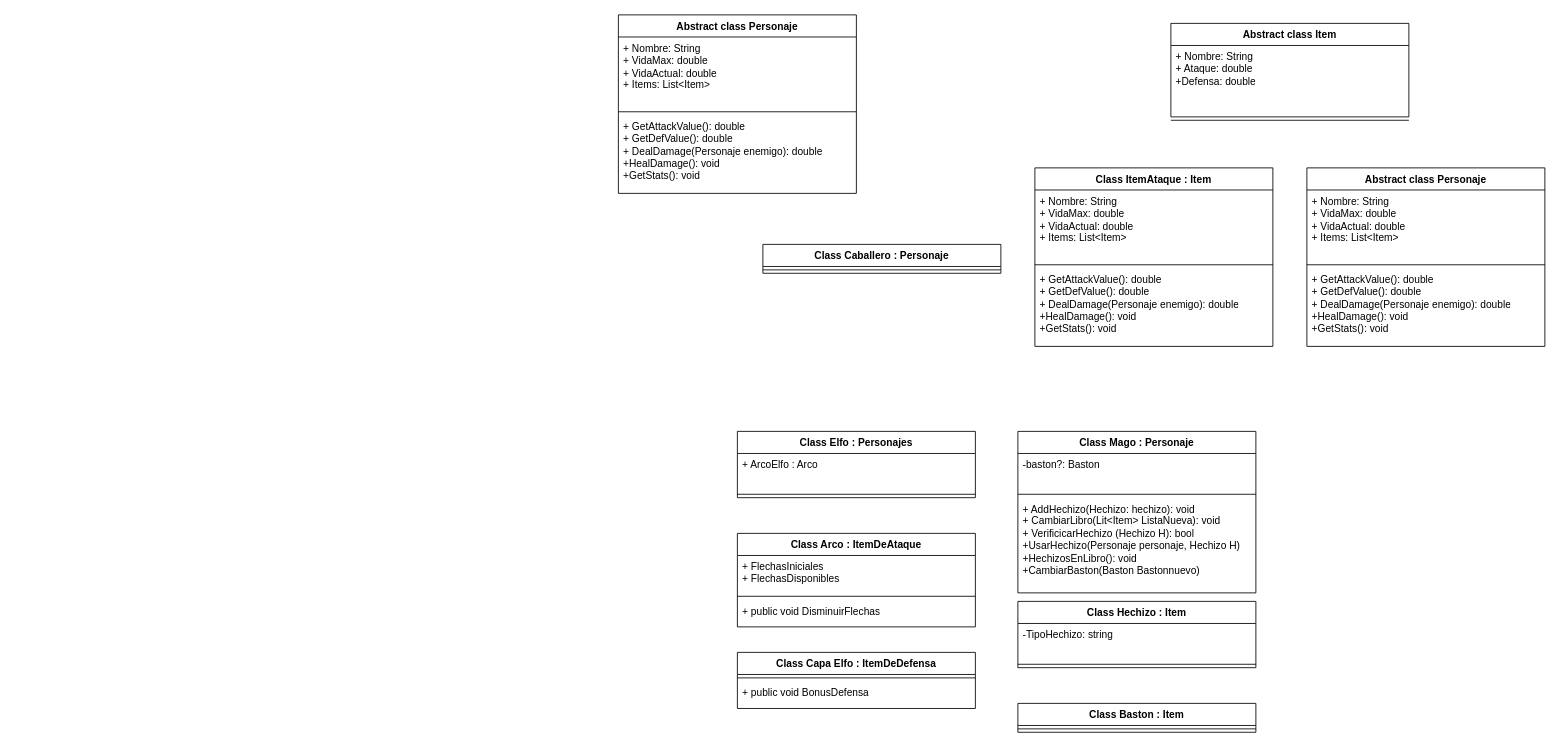
Before: src/Library/UML_RolePlaypt1.drawio in MauricioSS215/PII_RoleplayGame_1_Start, a draw.io diagram. Source tidied: cells renumbered, new cells numbered last; positions are measured from the earlier drawing's top-left corner, leaving out a move shared by most shapes. Both pictures are drawn from the tidied source at 85%, with x=0, y=0 at pixel (618, 14).
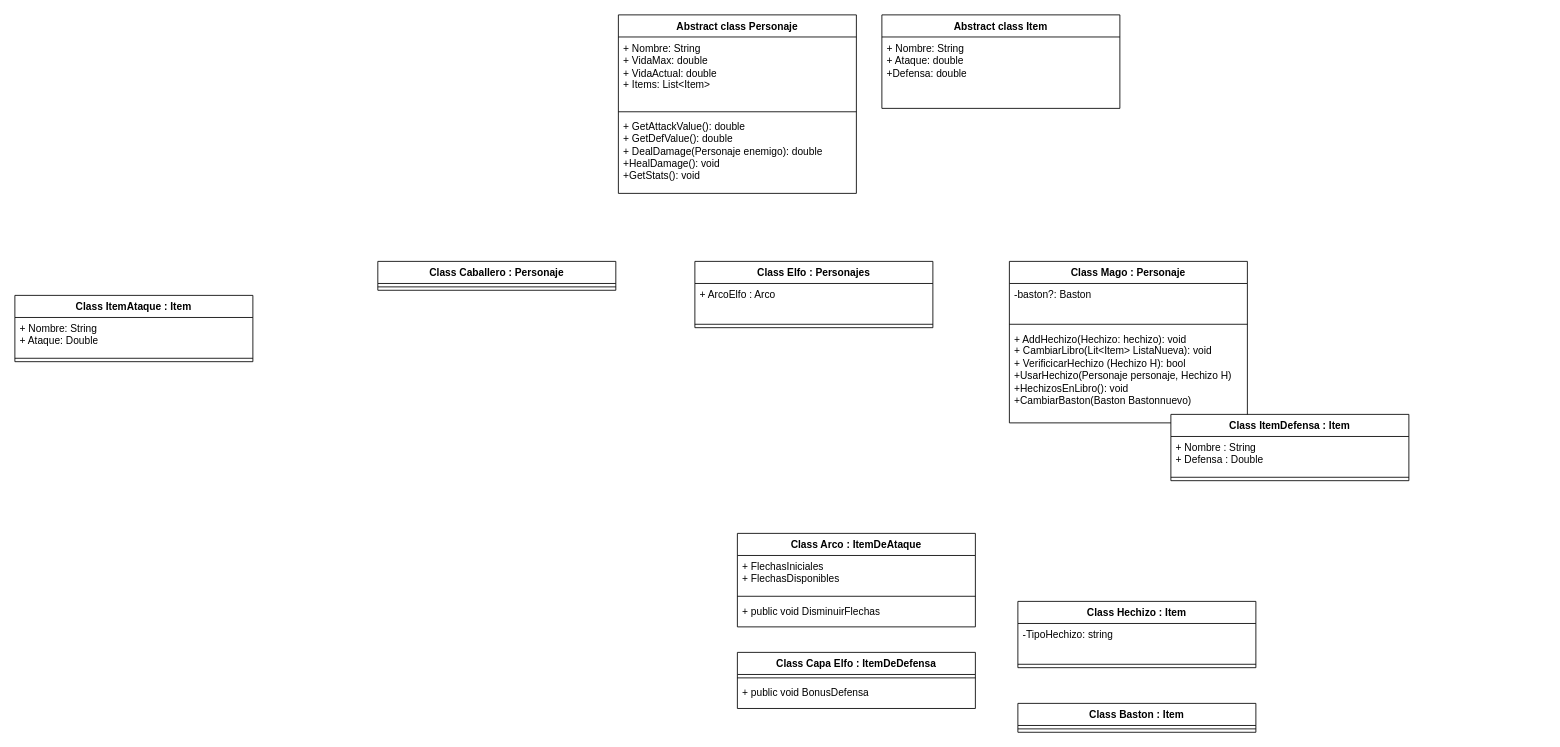
After the change.

Commit message:
UML con flechas, falta Ale

What changed in the source:
```diff
@@
     <mxCell id="6" value="Abstract class Item" style="swimlane;fontStyle=1;align=center;verticalAlign=top;horizontal=1;startSize=26;whiteSpace=wrap;html=1;" parent="1" vertex="1">
-      <mxGeometry x="650" y="10" width="280" height="110" as="geometry" />
+      <mxGeometry x="310" width="280" height="110" as="geometry" />
     </mxCell>
@@
     <mxCell id="8" value="Class ItemAtaque : Item" style="swimlane;fontStyle=1;align=center;verticalAlign=top;horizontal=1;startSize=26;whiteSpace=wrap;html=1;" parent="1" vertex="1">
-      <mxGeometry x="490" y="180" width="280" height="210" as="geometry" />
+      <mxGeometry x="-710" y="330" width="280" height="78" as="geometry" />
     </mxCell>
-    <mxCell id="9" value="+ Nombre: String&lt;br&gt;+ VidaMax: double&lt;br&gt;+ VidaActual: double&lt;br&gt;+ Items: List&amp;lt;Item&amp;gt;&lt;br&gt;&lt;br&gt;&amp;nbsp;" style="text;strokeColor=none;fillColor=none;align=left;verticalAlign=top;spacingLeft=4;spacingRight=4;overflow=hidden;whiteSpace=wrap;html=1;" parent="8" vertex="1">
-      <mxGeometry y="26" width="280" height="84" as="geometry" />
+    <mxCell id="9" value="+ Nombre: String&lt;br&gt;+ Ataque: Double" style="text;strokeColor=none;fillColor=none;align=left;verticalAlign=top;spacingLeft=4;spacingRight=4;overflow=hidden;whiteSpace=wrap;html=1;" parent="8" vertex="1">
+      <mxGeometry y="26" width="280" height="44" as="geometry" />
     </mxCell>
     <mxCell id="10" style="line;strokeWidth=1;fillColor=none;align=left;verticalAlign=middle;spacingTop=-1;spacingLeft=3;spacingRight=3;labelPosition=right;strokeColor=inherit;" parent="8" vertex="1">
-      <mxGeometry y="110" width="280" height="8" as="geometry" />
+      <mxGeometry y="70" width="280" height="8" as="geometry" />
     </mxCell>
-    <mxCell id="11" value="+ GetAttackValue(): double&lt;br&gt;+ GetDefValue(): double&lt;br&gt;+ DealDamage(Personaje enemigo): double&lt;br&gt;+HealDamage(): void&lt;br&gt;+GetStats(): void" style="text;strokeColor=none;fillColor=none;align=left;verticalAlign=top;spacingLeft=4;spacingRight=4;overflow=hidden;whiteSpace=wrap;html=1;" parent="8" vertex="1">
-      <mxGeometry y="118" width="280" height="92" as="geometry" />
-    </mxCell>
-    <mxCell id="12" value="Abstract class Personaje" style="swimlane;fontStyle=1;align=center;verticalAlign=top;horizontal=1;startSize=26;whiteSpace=wrap;html=1;" parent="1" vertex="1">
-      <mxGeometry x="810" y="180" width="280" height="210" as="geometry" />
-    </mxCell>
-    <mxCell id="13" value="+ Nombre: String&lt;br&gt;+ VidaMax: double&lt;br&gt;+ VidaActual: double&lt;br&gt;+ Items: List&amp;lt;Item&amp;gt;&lt;br&gt;&lt;br&gt;&amp;nbsp;" style="text;strokeColor=none;fillColor=none;align=left;verticalAlign=top;spacingLeft=4;spacingRight=4;overflow=hidden;whiteSpace=wrap;html=1;" parent="12" vertex="1">
-      <mxGeometry y="26" width="280" height="84" as="geometry" />
-    </mxCell>
-    <mxCell id="14" style="line;strokeWidth=1;fillColor=none;align=left;verticalAlign=middle;spacingTop=-1;spacingLeft=3;spacingRight=3;labelPosition=right;strokeColor=inherit;" parent="12" vertex="1">
-      <mxGeometry y="110" width="280" height="8" as="geometry" />
-    </mxCell>
-    <mxCell id="15" value="+ GetAttackValue(): double&lt;br&gt;+ GetDefValue(): double&lt;br&gt;+ DealDamage(Personaje enemigo): double&lt;br&gt;+HealDamage(): void&lt;br&gt;+GetStats(): void" style="text;strokeColor=none;fillColor=none;align=left;verticalAlign=top;spacingLeft=4;spacingRight=4;overflow=hidden;whiteSpace=wrap;html=1;" parent="12" vertex="1">
-      <mxGeometry y="118" width="280" height="92" as="geometry" />
-    </mxCell>
-    <mxCell id="16" style="line;strokeWidth=1;fillColor=none;align=left;verticalAlign=middle;spacingTop=-1;spacingLeft=3;spacingRight=3;labelPosition=right;strokeColor=inherit;" parent="1" vertex="1">
-      <mxGeometry x="650" y="120" width="280" height="8" as="geometry" />
-    </mxCell>
     <mxCell id="17" value="Class Caballero : Personaje" style="swimlane;fontStyle=1;align=center;verticalAlign=top;horizontal=1;startSize=26;whiteSpace=wrap;html=1;" parent="1" vertex="1">
-      <mxGeometry x="170" y="270" width="280" height="34" as="geometry" />
+      <mxGeometry x="-283" y="290" width="280" height="34" as="geometry" />
     </mxCell>
@@
     <mxCell id="19" value="Class Mago : Personaje" style="swimlane;fontStyle=1;align=center;verticalAlign=top;horizontal=1;startSize=26;whiteSpace=wrap;html=1;" parent="1" vertex="1">
-      <mxGeometry x="470" y="490" width="280" height="190" as="geometry" />
+      <mxGeometry x="460" y="290" width="280" height="190" as="geometry" />
     </mxCell>
@@
     <mxCell id="28" value="Class Elfo : Personajes" style="swimlane;fontStyle=1;align=center;verticalAlign=top;horizontal=1;startSize=26;whiteSpace=wrap;html=1;" parent="1" vertex="1">
-      <mxGeometry x="140" y="490" width="280" height="78" as="geometry" />
+      <mxGeometry x="90" y="290" width="280" height="78" as="geometry" />
     </mxCell>
@@
+    <mxCell id="38" value="Class ItemDefensa : Item" style="swimlane;fontStyle=1;align=center;verticalAlign=top;horizontal=1;startSize=26;whiteSpace=wrap;html=1;" parent="1" vertex="1">
+      <mxGeometry x="650" y="470" width="280" height="78" as="geometry" />
+    </mxCell>
+    <mxCell id="39" value="+ Nombre : String&lt;br&gt;+ Defensa : Double" style="text;strokeColor=none;fillColor=none;align=left;verticalAlign=top;spacingLeft=4;spacingRight=4;overflow=hidden;whiteSpace=wrap;html=1;" parent="38" vertex="1">
+      <mxGeometry y="26" width="280" height="44" as="geometry" />
+    </mxCell>
+    <mxCell id="40" style="line;strokeWidth=1;fillColor=none;align=left;verticalAlign=middle;spacingTop=-1;spacingLeft=3;spacingRight=3;labelPosition=right;strokeColor=inherit;" parent="38" vertex="1">
+      <mxGeometry y="70" width="280" height="8" as="geometry" />
+    </mxCell>
```
